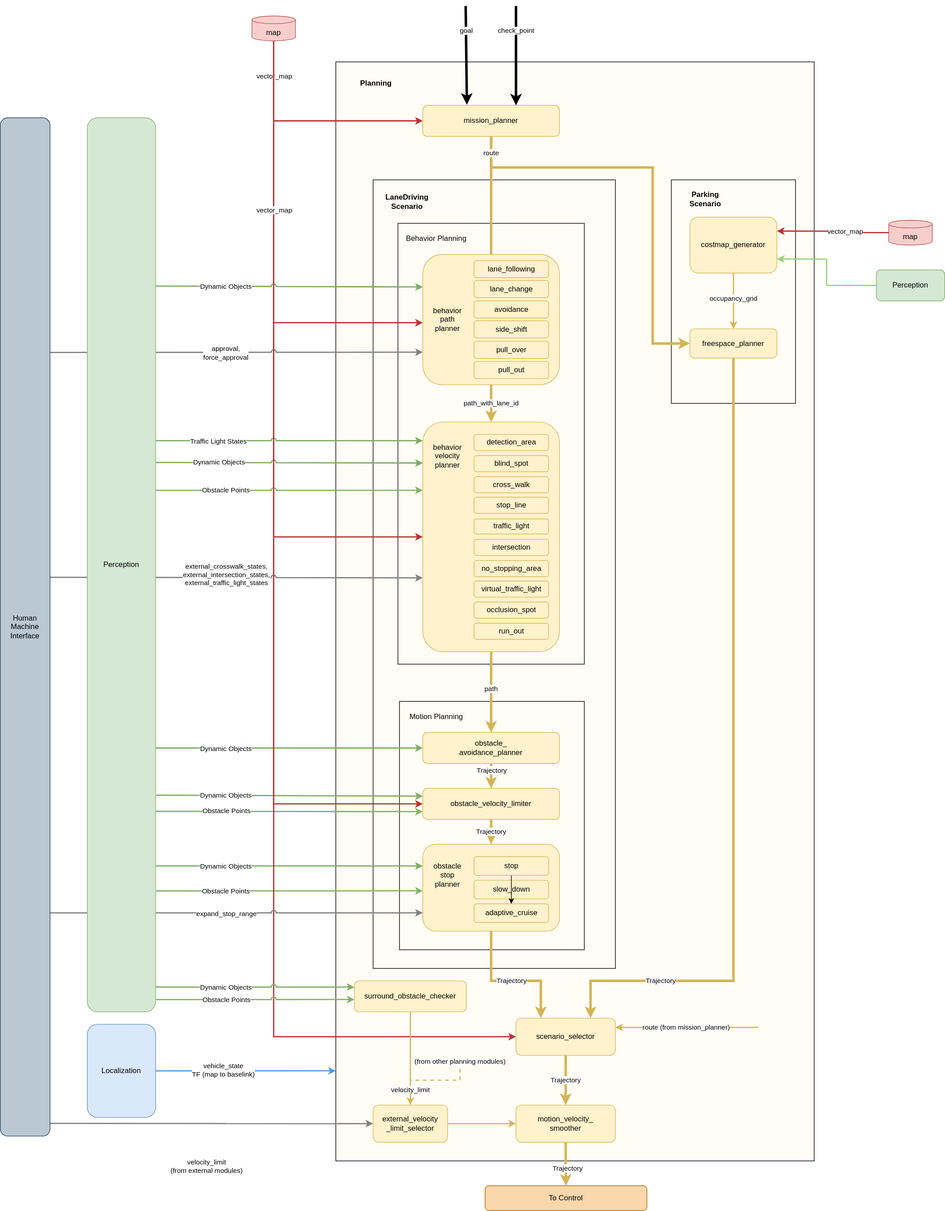
This is pr-276/design/autoware-architecture/planning/image/planning-diagram.drawio.svg from youtalk/autoware-documentation, a draw.io export, as it was before one commit. Source tidied: cells renumbered, new cells last; positions are measured from the earlier drawing's top-left corner, leaving out a move shared by most shapes.
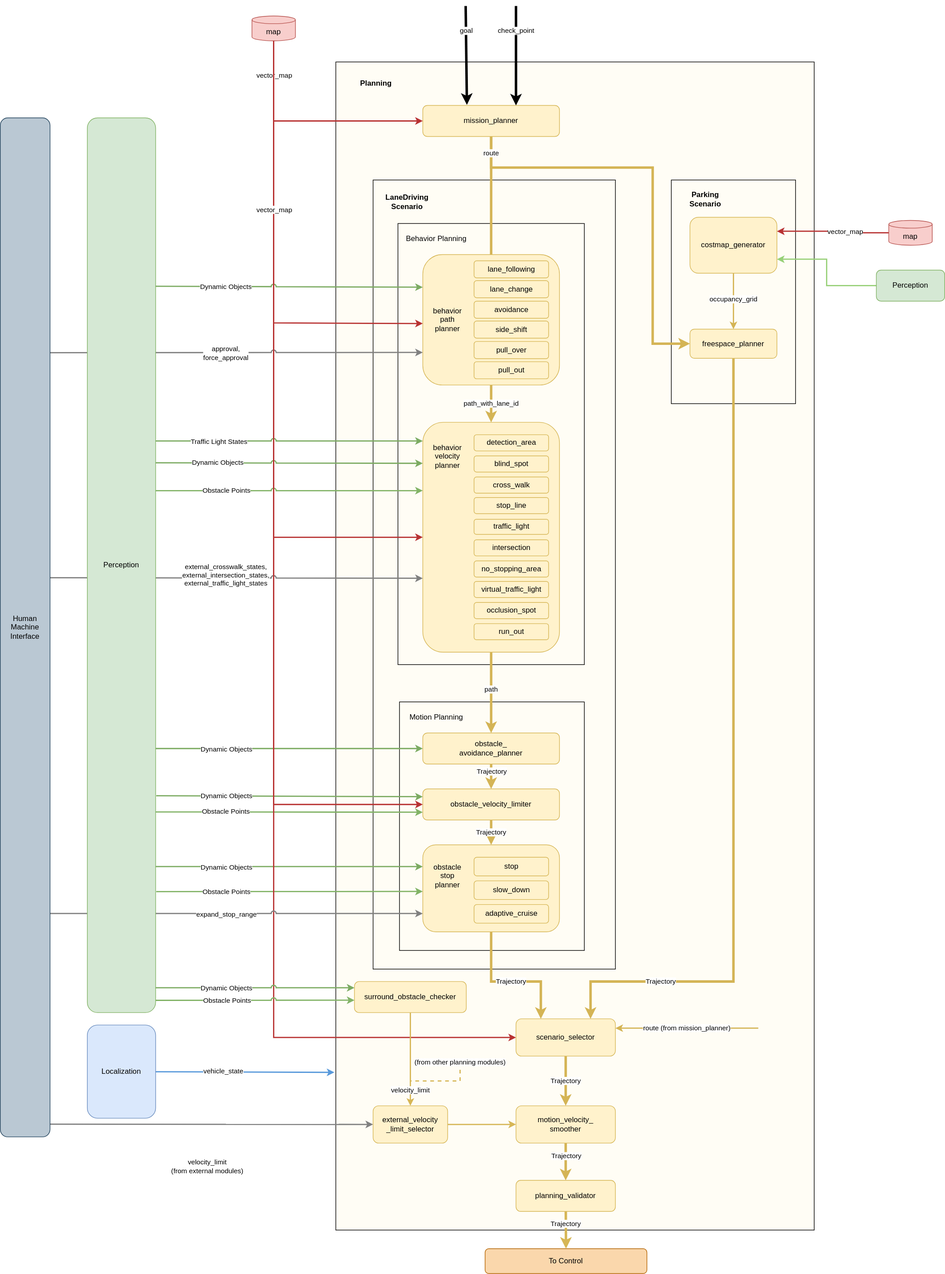
The same file after the commit.

Change to the diagram source:
```diff
@@ -3,7 +3,7 @@
     <mxCell id="0" />
     <mxCell id="1" parent="0" />
     <mxCell id="2" style="rounded=0;whiteSpace=wrap;html=1;sketch=0;verticalAlign=top;fillColor=#FFFDF5;" parent="1" vertex="1">
-      <mxGeometry x="540" y="90" width="770" height="1770" as="geometry" />
+      <mxGeometry x="540" y="90" width="770" height="1880" as="geometry" />
     </mxCell>
     <mxCell id="3" style="rounded=0;whiteSpace=wrap;html=1;sketch=0;verticalAlign=top;fillColor=none;" parent="1" vertex="1">
       <mxGeometry x="600" y="280" width="390" height="1270" as="geometry" />
@@ -83,13 +83,13 @@
     <mxCell id="23" value="scenario_selector" style="rounded=1;whiteSpace=wrap;html=1;comic=0;fillColor=#fff2cc;strokeColor=#d6b656;sketch=0;shadow=0;" parent="1" vertex="1">
       <mxGeometry x="830" y="1630" width="160" height="60" as="geometry" />
     </mxCell>
-    <mxCell id="24" style="edgeStyle=orthogonalEdgeStyle;rounded=0;comic=0;jettySize=auto;html=1;strokeWidth=4;strokeColor=#D4B455;" parent="1" edge="1" source="26">
-      <mxGeometry relative="1" as="geometry">
-        <mxPoint x="910.5" y="1900" as="targetPoint" />
-      </mxGeometry>
+    <mxCell id="24" style="edgeStyle=orthogonalEdgeStyle;rounded=0;comic=0;jettySize=auto;html=1;strokeWidth=4;strokeColor=#D4B455;entryX=0.5;entryY=0;entryDx=0;entryDy=0;" parent="1" edge="1" source="26" target="116">
+      <mxGeometry relative="1" as="geometry" />
     </mxCell>
     <mxCell id="25" value="&lt;font color=&quot;#000000&quot;&gt;Trajectory&lt;/font&gt;" style="edgeLabel;html=1;align=center;verticalAlign=middle;fontColor=#666666;" parent="24" vertex="1">
-      <mxGeometry x="0.16" y="2" relative="1" as="geometry" />
+      <mxGeometry x="0.16" y="2" relative="1" as="geometry">
+        <mxPoint x="-2" y="-15" as="offset" />
+      </mxGeometry>
     </mxCell>
     <mxCell id="26" value="motion_velocity_&lt;br&gt;smoother" style="rounded=1;whiteSpace=wrap;html=1;comic=0;fillColor=#fff2cc;strokeColor=#d6b656;sketch=0;shadow=0;" parent="1" vertex="1">
       <mxGeometry x="830" y="1770" width="160" height="60" as="geometry" />
@@ -145,9 +145,6 @@
     <mxCell id="38" value="adaptive_cruise" style="rounded=1;whiteSpace=wrap;html=1;comic=0;fillColor=#fff2cc;strokeColor=#d6b656;sketch=0;shadow=0;" parent="1" vertex="1">
       <mxGeometry x="762.5" y="1446" width="120" height="30" as="geometry" />
     </mxCell>
-    <mxCell id="39" style="edgeStyle=orthogonalEdgeStyle;rounded=0;jettySize=auto;html=1;" parent="1" edge="1" source="40" target="38">
-      <mxGeometry relative="1" as="geometry" />
-    </mxCell>
     <mxCell id="40" value="stop" style="rounded=1;whiteSpace=wrap;html=1;comic=0;fillColor=#fff2cc;strokeColor=#d6b656;sketch=0;shadow=0;" parent="1" vertex="1">
       <mxGeometry x="762.5" y="1370" width="120" height="30" as="geometry" />
     </mxCell>
@@ -183,7 +180,7 @@
       </mxGeometry>
     </mxCell>
     <mxCell id="47" value="To Control" style="rounded=1;whiteSpace=wrap;html=1;comic=0;fillColor=#fad7ac;strokeColor=#b46504;sketch=0;shadow=0;" parent="1" vertex="1">
-      <mxGeometry x="780.2" y="1900" width="260.5" height="40" as="geometry" />
+      <mxGeometry x="780.2" y="2000" width="260.5" height="40" as="geometry" />
     </mxCell>
     <mxCell id="48" value="vector_map" style="edgeStyle=orthogonalEdgeStyle;rounded=0;comic=0;jettySize=auto;html=1;entryX=1;entryY=0.25;entryDx=0;entryDy=0;fontColor=#000000;strokeWidth=2;strokeColor=#B83232;exitX=0;exitY=0.5;exitDx=0;exitDy=0;exitPerimeter=0;" parent="1" edge="1" source="66" target="31">
       <mxGeometry x="-0.23" y="-2" relative="1" as="geometry" />
@@ -289,10 +286,10 @@
     <mxCell id="68" value="map" style="shape=cylinder3;whiteSpace=wrap;html=1;boundedLbl=1;backgroundOutline=1;size=6.231516520182296;sketch=0;verticalAlign=top;fillColor=#f8cecc;strokeColor=#b85450;" parent="1" vertex="1">
       <mxGeometry x="405" y="16" width="70" height="40" as="geometry" />
     </mxCell>
-    <mxCell id="69" style="edgeStyle=none;rounded=1;comic=0;jumpStyle=arc;jettySize=auto;html=1;entryX=0;entryY=0.918;entryDx=0;entryDy=0;entryPerimeter=0;fontColor=#000000;strokeWidth=2;strokeColor=#5899DB;" parent="1" edge="1" source="71" target="2">
+    <mxCell id="69" style="edgeStyle=none;rounded=1;comic=0;jumpStyle=arc;jettySize=auto;html=1;entryX=-0.003;entryY=0.865;entryDx=0;entryDy=0;entryPerimeter=0;fontColor=#000000;strokeWidth=2;strokeColor=#5899DB;" parent="1" edge="1" source="71" target="2">
       <mxGeometry relative="1" as="geometry" />
     </mxCell>
-    <mxCell id="70" value="vehicle_state&lt;br&gt;TF (map to baselink)" style="edgeLabel;html=1;align=center;verticalAlign=middle;fontColor=#000000;" parent="69" vertex="1">
+    <mxCell id="70" value="vehicle_state" style="edgeLabel;html=1;align=center;verticalAlign=middle;fontColor=#000000;" parent="69" vertex="1">
       <mxGeometry x="-0.25" y="2" relative="1" as="geometry" />
     </mxCell>
     <mxCell id="71" value="&lt;div style=&quot;text-align: left&quot;&gt;Localization&lt;/div&gt;" style="rounded=1;whiteSpace=wrap;html=1;comic=0;fillColor=#dae8fc;strokeColor=#6c8ebf;sketch=0;shadow=0;" parent="1" vertex="1">
@@ -475,5 +472,11 @@
         <mxPoint x="55" y="3" as="offset" />
       </mxGeometry>
     </mxCell>
+    <mxCell id="115" value="&lt;span style=&quot;color: rgb(0, 0, 0); font-family: Helvetica; font-size: 11px; font-style: normal; font-variant-ligatures: normal; font-variant-caps: normal; font-weight: 400; letter-spacing: normal; orphans: 2; text-align: center; text-indent: 0px; text-transform: none; widows: 2; word-spacing: 0px; -webkit-text-stroke-width: 0px; background-color: rgb(255, 255, 255); text-decoration-thickness: initial; text-decoration-style: initial; text-decoration-color: initial; float: none; display: inline !important;&quot;&gt;Trajectory&lt;/span&gt;" style="edgeStyle=none;html=1;entryX=0.5;entryY=0;entryDx=0;entryDy=0;fillColor=#fff2cc;strokeColor=#d6b656;strokeWidth=4;" parent="1" edge="1" source="116" target="47">
+      <mxGeometry x="-0.33" relative="1" as="geometry" />
+    </mxCell>
+    <mxCell id="116" value="planning_validator" style="rounded=1;whiteSpace=wrap;html=1;comic=0;fillColor=#fff2cc;strokeColor=#d6b656;sketch=0;shadow=0;" parent="1" vertex="1">
+      <mxGeometry x="830" y="1890" width="160" height="50" as="geometry" />
+    </mxCell>
   </root>
 </mxGraphModel>
```
